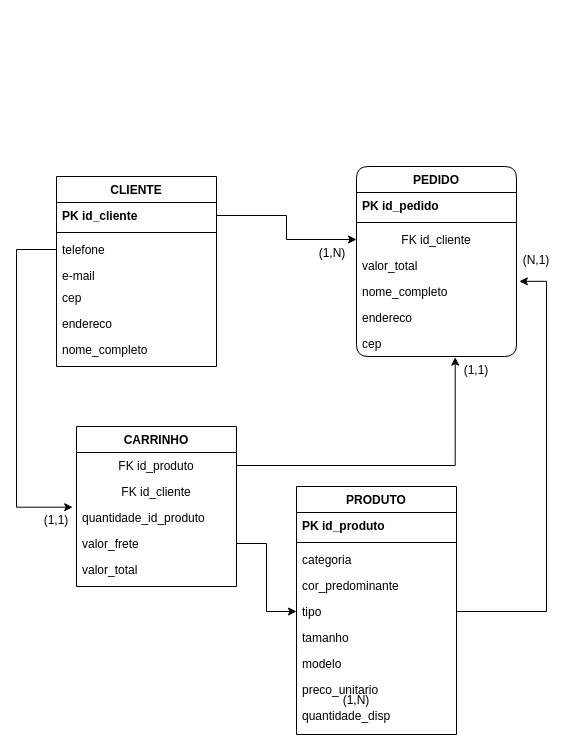
The draw.io diagram Diagrama sem nome.drawio in gustavo-plc/atlas, before the edit. Source tidied: cells renumbered, new cells numbered last; positions are measured from the earlier drawing's top-left corner, leaving out a move shared by most shapes. Both pictures are drawn from the tidied source at 100%, with x=0, y=0 at pixel (16, 166).
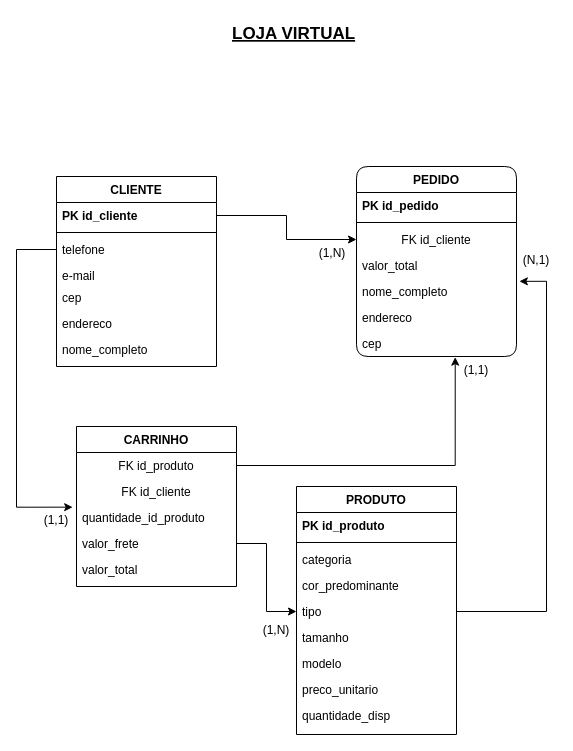
The same page after the edit.

Change to the diagram source:
```diff
@@
     <mxCell id="41" value="(1,N)" style="text;align=center;verticalAlign=top;spacingLeft=4;spacingRight=4;overflow=hidden;fontStyle=0;" parent="1" vertex="1">
-      <mxGeometry x="320" y="520" width="40" height="26" as="geometry" />
+      <mxGeometry x="240" y="450" width="40" height="26" as="geometry" />
     </mxCell>
@@
+    <mxCell id="44" value="LOJA VIRTUAL" style="text;align=left;verticalAlign=top;spacingLeft=4;spacingRight=4;overflow=hidden;fontStyle=5;fontSize=17;" parent="1" vertex="1">
+      <mxGeometry x="210" y="-150" width="160" height="26" as="geometry" />
+    </mxCell>
```
